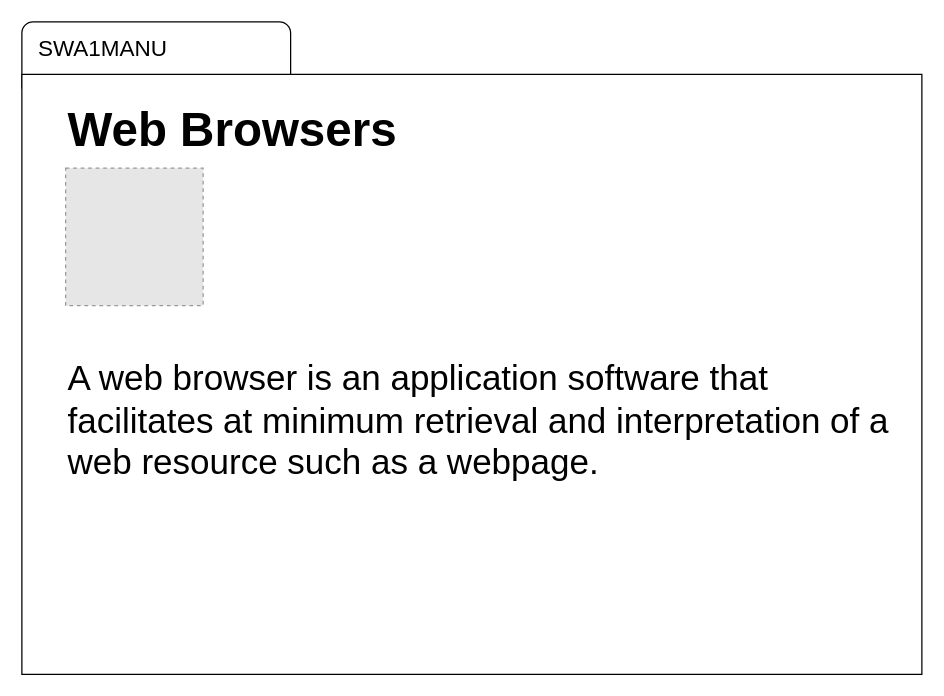
This is swa1manu.drawio from ashenm/blob, a draw.io file, before an edit. Source tidied: cells renumbered, new cells numbered last; positions are measured from the earlier drawing's top-left corner, leaving out a move shared by most shapes. Both pictures are drawn from the tidied source at 125%, with x=0, y=0 at pixel (21, 21). Pictures stored in the file or linked from it are replaced by grey dashed boxes.
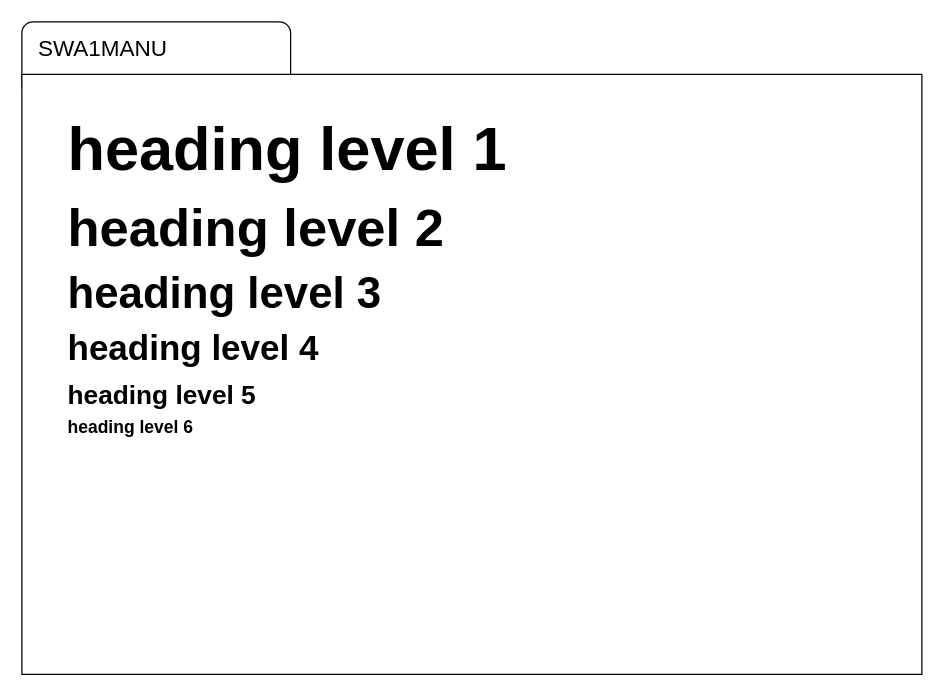
Above is the later version.

Change to the diagram source:
```diff
@@
 <mxGraphModel>
   <root>
     <mxCell id="0" />
     <mxCell id="1" parent="0" />
     <mxCell id="2" style="group;" parent="1" vertex="1">
       <mxGeometry width="720" height="522" as="geometry" />
     </mxCell>
     <mxCell id="3" style="rounded=1;whiteSpace=wrap;html=1;" parent="2" vertex="1">
       <mxGeometry width="215" height="60" as="geometry" />
     </mxCell>
     <mxCell id="4" style="whiteSpace=wrap;html=1;" parent="2" vertex="1">
       <mxGeometry y="42" width="720" height="480" as="geometry" />
     </mxCell>
-    <mxCell id="5" value="&lt;b&gt;&lt;font style=&quot;font-size: 38px&quot;&gt;Web Browsers&lt;/font&gt;&lt;/b&gt;" style="text;html=1;strokeColor=none;fillColor=none;align=left;verticalAlign=middle;whiteSpace=wrap;rounded=0;fontSize=28;" parent="2" vertex="1">
-      <mxGeometry x="35" y="77" width="275" height="20" as="geometry" />
+    <mxCell id="5" value="&lt;span style=&quot;font-size: 38px&quot;&gt;&lt;b style=&quot;font-size: 49px&quot;&gt;heading level 1&lt;/b&gt;&lt;/span&gt;" style="text;html=1;strokeColor=none;fillColor=none;align=left;verticalAlign=middle;whiteSpace=wrap;rounded=0;fontSize=28;" parent="2" vertex="1">
+      <mxGeometry x="35" y="77" width="445" height="49" as="geometry" />
     </mxCell>
-    <mxCell id="6" value="&lt;div&gt;A web browser is an application software that facilitates at minimum retrieval&amp;nbsp;&lt;span&gt;and interpretation of a web resource such as a webpage.&lt;/span&gt;&lt;/div&gt;" style="text;html=1;strokeColor=none;fillColor=none;align=left;verticalAlign=middle;whiteSpace=wrap;rounded=0;fontSize=28;" parent="2" vertex="1">
-      <mxGeometry x="35" y="247" width="665" height="143" as="geometry" />
-    </mxCell>
-    <mxCell id="7" style="fillColor=#E6E6E6;strokeColor=#999999;dashed=1;verticalLabelPosition=bottom;labelBackgroundColor=#ffffff;verticalAlign=top;" parent="2" vertex="1">
-      <mxGeometry x="35" y="117" width="110" height="110" as="geometry" />
-    </mxCell>
     <mxCell id="8" value="SWA1MANU" style="text;html=1;strokeColor=none;fillColor=none;align=center;verticalAlign=middle;whiteSpace=wrap;rounded=0;fontSize=18;" parent="2" vertex="1">
       <mxGeometry x="45" y="12" width="40" height="20" as="geometry" />
     </mxCell>
+    <mxCell id="9" value="&lt;b&gt;&lt;font style=&quot;font-size: 42px&quot;&gt;heading level 2&lt;/font&gt;&lt;/b&gt;" style="text;html=1;strokeColor=none;fillColor=none;align=left;verticalAlign=middle;whiteSpace=wrap;rounded=0;fontSize=28;" parent="2" vertex="1">
+      <mxGeometry x="35" y="145" width="445" height="42" as="geometry" />
+    </mxCell>
+    <mxCell id="10" value="&lt;b&gt;&lt;font style=&quot;font-size: 35px&quot;&gt;heading level 3&lt;/font&gt;&lt;/b&gt;" style="text;html=1;strokeColor=none;fillColor=none;align=left;verticalAlign=middle;whiteSpace=wrap;rounded=0;fontSize=12;" parent="2" vertex="1">
+      <mxGeometry x="35" y="198" width="445" height="35" as="geometry" />
+    </mxCell>
+    <mxCell id="11" value="&lt;b&gt;&lt;font style=&quot;font-size: 28px&quot;&gt;heading level 4&lt;/font&gt;&lt;/b&gt;" style="text;html=1;strokeColor=none;fillColor=none;align=left;verticalAlign=middle;whiteSpace=wrap;rounded=0;fontSize=12;" parent="2" vertex="1">
+      <mxGeometry x="35" y="247" width="445" height="28" as="geometry" />
+    </mxCell>
+    <mxCell id="12" value="&lt;b&gt;&lt;font style=&quot;font-size: 21px&quot;&gt;heading level 5&lt;/font&gt;&lt;/b&gt;" style="text;html=1;strokeColor=none;fillColor=none;align=left;verticalAlign=middle;whiteSpace=wrap;rounded=0;fontSize=12;" parent="2" vertex="1">
+      <mxGeometry x="35" y="287" width="445" height="21" as="geometry" />
+    </mxCell>
+    <mxCell id="13" value="&lt;b&gt;&lt;font style=&quot;font-size: 14px&quot;&gt;heading level 6&lt;/font&gt;&lt;/b&gt;" style="text;html=1;strokeColor=none;fillColor=none;align=left;verticalAlign=middle;whiteSpace=wrap;rounded=0;fontSize=12;" parent="2" vertex="1">
+      <mxGeometry x="35" y="317" width="445" height="14" as="geometry" />
+    </mxCell>
   </root>
 </mxGraphModel>
```
